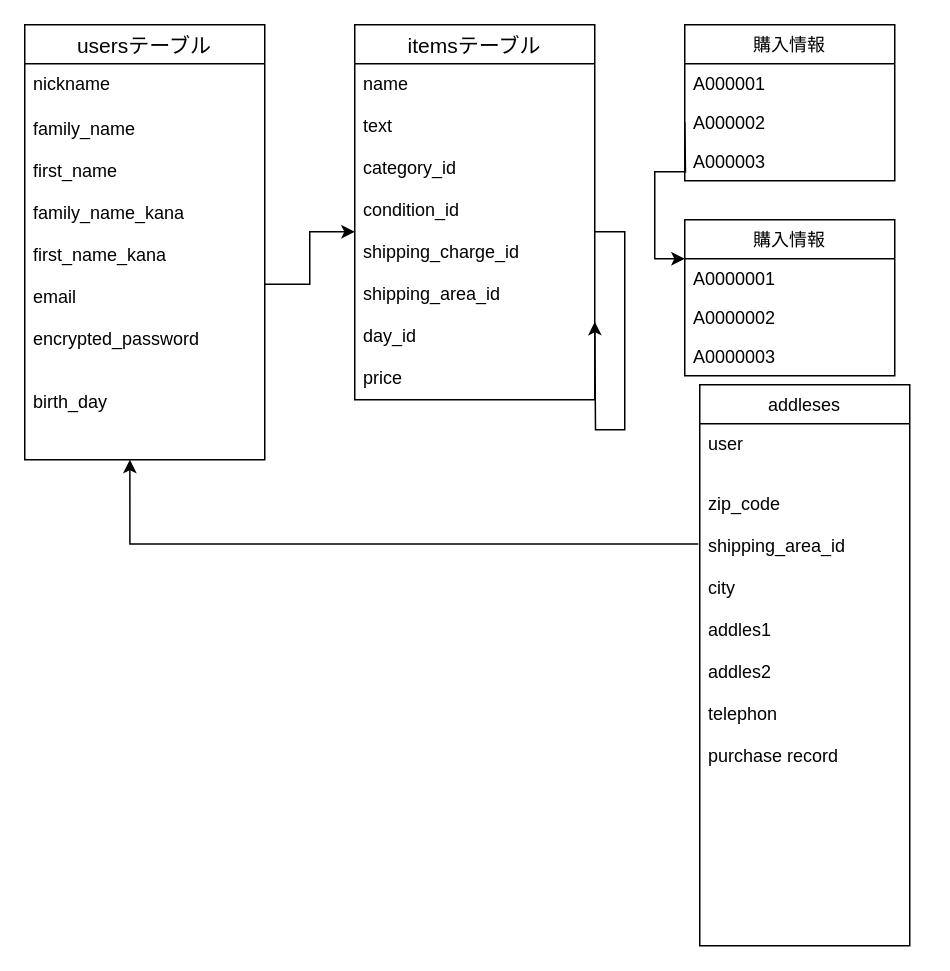
techman104/furima362381 keeps this draw.io diagram as app/test.dio. Above is the earlier version. Source tidied: cells renumbered, new cells numbered last; positions are measured from the earlier drawing's top-left corner, leaving out a move shared by most shapes. Both pictures are drawn from the tidied source at 150%, with x=0, y=0 at pixel (24, 24).
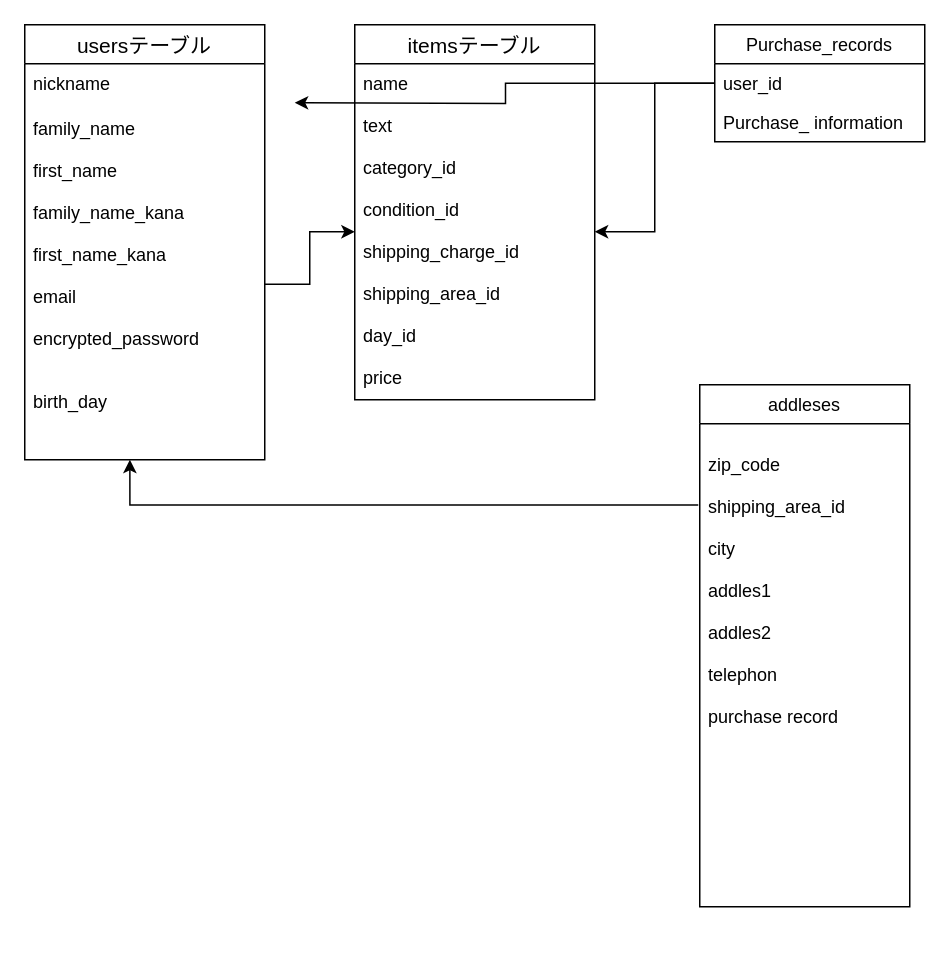
The same diagram, later.

Commit message (it also covers changes not shown here):
read me の修正

The change refers to these unchanged cells:
```xml
<mxCell id="7" value="name&#10;&#10;text&#10;&#10;category_id&#10;&#10;condition_id&#10;&#10;shipping_charge_id&#10;&#10;shipping_area_id&#10;&#10;day_id&#10;&#10;price&#10;&#10;" style="text;strokeColor=none;fillColor=none;spacingLeft=4;spacingRight=4;overflow=hidden;points=[[0,0.5],[1,0.5]];portConstraint=eastwest;fontSize=12;" parent="6" vertex="1">
  <mxGeometry y="26" width="160" height="224" as="geometry" />
</mxCell>
```

Change to the diagram source:
```diff
@@
-    <mxCell id="9" style="edgeStyle=orthogonalEdgeStyle;rounded=0;jettySize=auto;html=1;exitX=1;exitY=0.5;exitDx=0;exitDy=0;" parent="1" edge="1" source="7">
-      <mxGeometry relative="1" as="geometry">
-        <mxPoint x="380" y="198" as="targetPoint" />
-      </mxGeometry>
-    </mxCell>
@@
-    <mxCell id="13" value="購入情報" style="swimlane;fontStyle=0;horizontal=1;startSize=26;" parent="1" vertex="1">
-      <mxGeometry x="440" width="140" height="104" as="geometry" />
-    </mxCell>
-    <mxCell id="14" value="A000001" style="text;strokeColor=none;fillColor=none;align=left;verticalAlign=top;spacingLeft=4;spacingRight=4;overflow=hidden;" parent="13" vertex="1">
-      <mxGeometry y="26" width="140" height="26" as="geometry" />
-    </mxCell>
-    <mxCell id="15" value="A000002" style="text;strokeColor=none;fillColor=none;align=left;verticalAlign=top;spacingLeft=4;spacingRight=4;overflow=hidden;" parent="13" vertex="1">
-      <mxGeometry y="52" width="140" height="26" as="geometry" />
-    </mxCell>
-    <mxCell id="16" value="A000003" style="text;strokeColor=none;fillColor=none;align=left;verticalAlign=top;spacingLeft=4;spacingRight=4;overflow=hidden;" parent="13" vertex="1">
-      <mxGeometry y="78" width="140" height="26" as="geometry" />
-    </mxCell>
-    <mxCell id="17" value="購入情報" style="swimlane;fontStyle=0;horizontal=1;startSize=26;" parent="1" vertex="1">
-      <mxGeometry x="440" y="130" width="140" height="104" as="geometry" />
-    </mxCell>
-    <mxCell id="18" value="A0000001" style="text;strokeColor=none;fillColor=none;align=left;verticalAlign=top;spacingLeft=4;spacingRight=4;overflow=hidden;" parent="17" vertex="1">
-      <mxGeometry y="26" width="140" height="26" as="geometry" />
-    </mxCell>
-    <mxCell id="19" value="A0000002" style="text;strokeColor=none;fillColor=none;align=left;verticalAlign=top;spacingLeft=4;spacingRight=4;overflow=hidden;" parent="17" vertex="1">
-      <mxGeometry y="52" width="140" height="26" as="geometry" />
-    </mxCell>
-    <mxCell id="20" value="A0000003" style="text;strokeColor=none;fillColor=none;align=left;verticalAlign=top;spacingLeft=4;spacingRight=4;overflow=hidden;" parent="17" vertex="1">
-      <mxGeometry y="78" width="140" height="26" as="geometry" />
-    </mxCell>
-    <mxCell id="21" style="edgeStyle=orthogonalEdgeStyle;rounded=0;jettySize=auto;html=1;exitX=0;exitY=0.5;exitDx=0;exitDy=0;entryX=0;entryY=0.25;entryDx=0;entryDy=0;" parent="1" edge="1" target="17">
-      <mxGeometry relative="1" as="geometry">
-        <mxPoint x="440" y="65" as="sourcePoint" />
-      </mxGeometry>
-    </mxCell>
     <mxCell id="22" value="addleses" style="swimlane;fontStyle=0;horizontal=1;startSize=26;" parent="1" vertex="1">
-      <mxGeometry x="450" y="240" width="140" height="374" as="geometry" />
+      <mxGeometry x="450" y="240" width="140" height="348" as="geometry" />
     </mxCell>
-    <mxCell id="23" value="user" style="text;strokeColor=none;fillColor=none;align=left;verticalAlign=top;spacingLeft=4;spacingRight=4;overflow=hidden;" parent="22" vertex="1">
-      <mxGeometry y="26" width="140" height="26" as="geometry" />
-    </mxCell>
     <mxCell id="24" value="&#10;zip_code&#10;&#10;shipping_area_id&#10;&#10;city&#10;&#10;addles1&#10;&#10;addles2&#10;&#10;telephon&#10;&#10;purchase record" style="text;strokeColor=none;fillColor=none;align=left;verticalAlign=top;spacingLeft=4;spacingRight=4;overflow=hidden;points=[[0,0.5],[1,0.5]];portConstraint=eastwest;" parent="22" vertex="1">
-      <mxGeometry y="52" width="140" height="322" as="geometry" />
+      <mxGeometry y="26" width="140" height="322" as="geometry" />
     </mxCell>
+    <mxCell id="25" style="edgeStyle=orthogonalEdgeStyle;rounded=0;jettySize=auto;html=1;" parent="1" edge="1" source="27" target="7">
+      <mxGeometry relative="1" as="geometry" />
+    </mxCell>
+    <mxCell id="26" style="edgeStyle=orthogonalEdgeStyle;rounded=0;jettySize=auto;html=1;" parent="1" edge="1" source="27">
+      <mxGeometry relative="1" as="geometry">
+        <mxPoint x="180" y="52" as="targetPoint" />
+      </mxGeometry>
+    </mxCell>
+    <mxCell id="27" value="Purchase_records" style="swimlane;fontStyle=0;horizontal=1;startSize=26;" parent="1" vertex="1">
+      <mxGeometry x="460" width="140" height="78" as="geometry" />
+    </mxCell>
+    <mxCell id="28" value="user_id" style="text;strokeColor=none;fillColor=none;align=left;verticalAlign=top;spacingLeft=4;spacingRight=4;overflow=hidden;" parent="27" vertex="1">
+      <mxGeometry y="26" width="140" height="26" as="geometry" />
+    </mxCell>
+    <mxCell id="29" value="Purchase_ information" style="text;strokeColor=none;fillColor=none;align=left;verticalAlign=top;spacingLeft=4;spacingRight=4;overflow=hidden;" parent="27" vertex="1">
+      <mxGeometry y="52" width="140" height="26" as="geometry" />
+    </mxCell>
```
